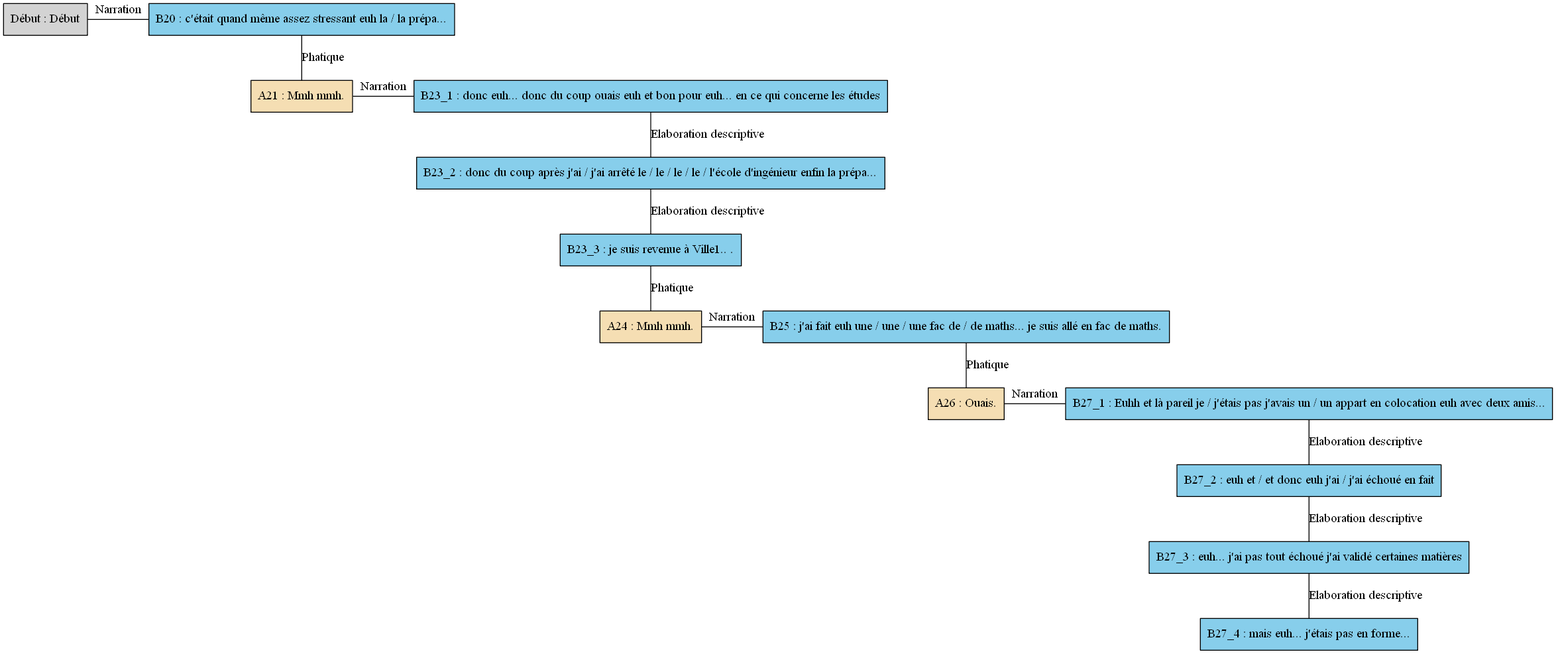
The Graphviz diagram arbres/Nord/Nord_-_A06.gv.png in AlaixComet/AnnotationSlamPTut, before a commit. Its source is kept beside it as arbres/Nord/Nord_-_A06.gv.
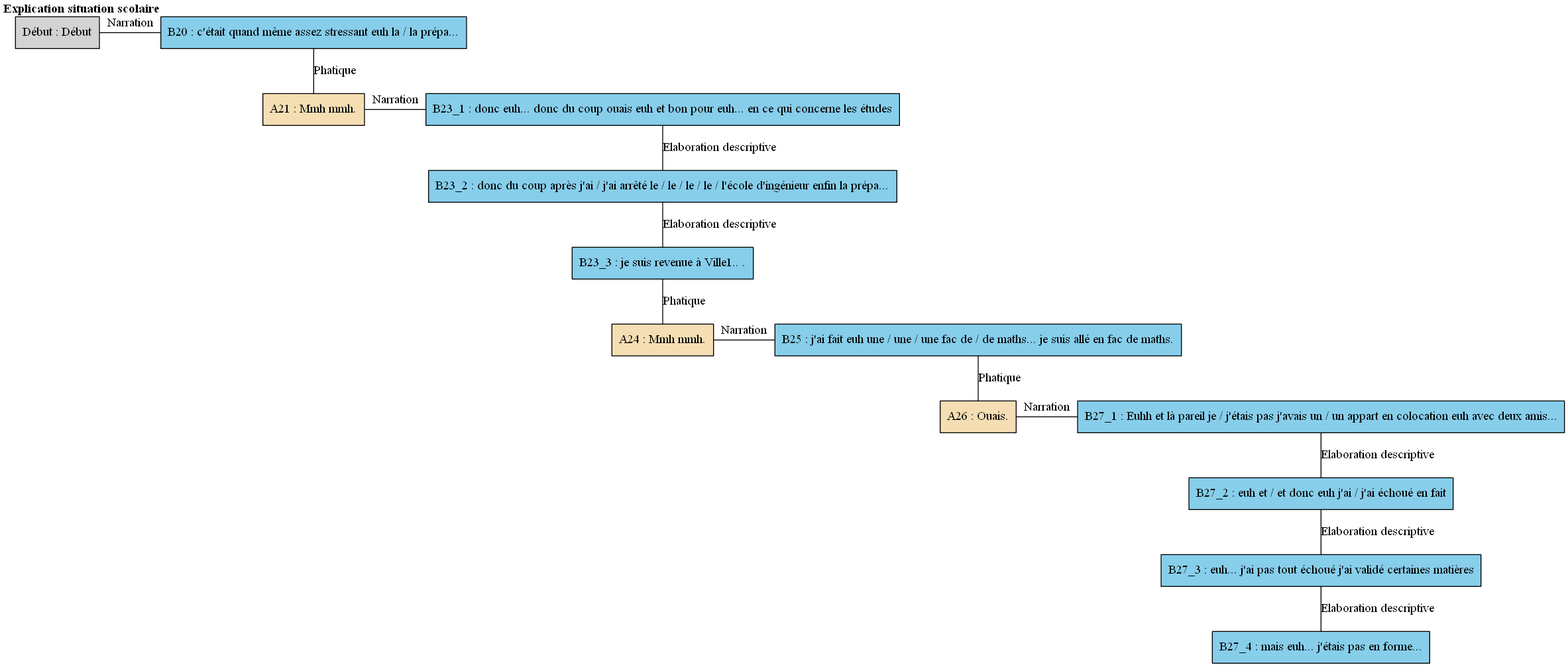
The same file after the commit.

The edit, as a diff of the source:
```diff
@@ -1,18 +1,18 @@
 digraph A06 {
 	node [shape=box style=filled]
-	"Début" [label="Début : Début"]
-	B20 [label="B20 : c'était quand même assez stressant euh la / la prépa..." fillcolor=skyblue]
-	A21 [label="A21 : Mmh mmh." fillcolor=wheat]
-	B23_1 [label="B23_1 : donc euh... donc du coup ouais euh et bon pour euh... en ce qui concerne les études" fillcolor=skyblue]
-	B23_2 [label="B23_2 : donc du coup après j'ai / j'ai arrêté le / le / le / le / l'école d'ingénieur enfin la prépa..." fillcolor=skyblue]
-	B23_3 [label="B23_3 : je suis revenue à Ville1.. ." fillcolor=skyblue]
-	A24 [label="A24 : Mmh mmh." fillcolor=wheat]
-	B25 [label="B25 : j'ai fait euh une / une / une fac de / de maths... je suis allé en fac de maths." fillcolor=skyblue]
-	A26 [label="A26 : Ouais." fillcolor=wheat]
-	B27_1 [label="B27_1 : Euhh et là pareil je / j'étais pas j'avais un / un appart en colocation euh avec deux amis..." fillcolor=skyblue]
-	B27_2 [label="B27_2 : euh et / et donc euh j'ai / j'ai échoué en fait" fillcolor=skyblue]
-	B27_3 [label="B27_3 : euh... j'ai pas tout échoué j'ai validé certaines matières" fillcolor=skyblue]
-	B27_4 [label="B27_4 : mais euh... j'étais pas en forme..." fillcolor=skyblue]
+	"Début" [label="Début : Début" xlabel=""]
+	B20 [label="B20 : c'était quand même assez stressant euh la / la prépa..." fillcolor=skyblue xlabel=<<B>Explication situation scolaire</B>>]
+	A21 [label="A21 : Mmh mmh." fillcolor=wheat xlabel=""]
+	B23_1 [label="B23_1 : donc euh... donc du coup ouais euh et bon pour euh... en ce qui concerne les études" fillcolor=skyblue xlabel=""]
+	B23_2 [label="B23_2 : donc du coup après j'ai / j'ai arrêté le / le / le / le / l'école d'ingénieur enfin la prépa..." fillcolor=skyblue xlabel=""]
+	B23_3 [label="B23_3 : je suis revenue à Ville1.. ." fillcolor=skyblue xlabel=""]
+	A24 [label="A24 : Mmh mmh." fillcolor=wheat xlabel=""]
+	B25 [label="B25 : j'ai fait euh une / une / une fac de / de maths... je suis allé en fac de maths." fillcolor=skyblue xlabel=""]
+	A26 [label="A26 : Ouais." fillcolor=wheat xlabel=""]
+	B27_1 [label="B27_1 : Euhh et là pareil je / j'étais pas j'avais un / un appart en colocation euh avec deux amis..." fillcolor=skyblue xlabel=""]
+	B27_2 [label="B27_2 : euh et / et donc euh j'ai / j'ai échoué en fait" fillcolor=skyblue xlabel=""]
+	B27_3 [label="B27_3 : euh... j'ai pas tout échoué j'ai validé certaines matières" fillcolor=skyblue xlabel=""]
+	B27_4 [label="B27_4 : mais euh... j'étais pas en forme..." fillcolor=skyblue xlabel=""]
 	{
 		rank=same
 		"Début"
```
